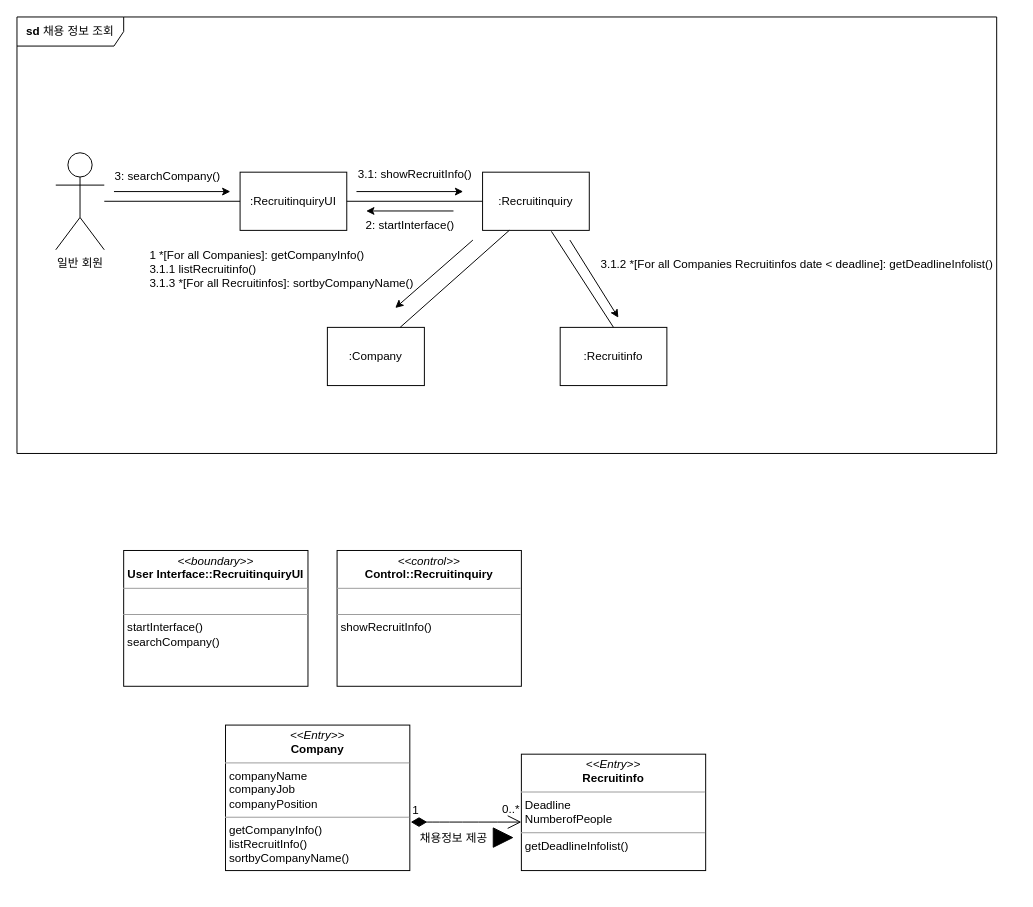
KimTaemin-Git/SE2 keeps this draw.io diagram as Taemin/채용정보조회_Communication_Diagram_B811045김태민_과제2.drawio. Above is the earlier version. Source tidied: cells renumbered, new cells numbered last; positions are measured from the earlier drawing's top-left corner, leaving out a move shared by most shapes. Both pictures are drawn from the tidied source at 97%, with x=0, y=0 at pixel (16, 16).
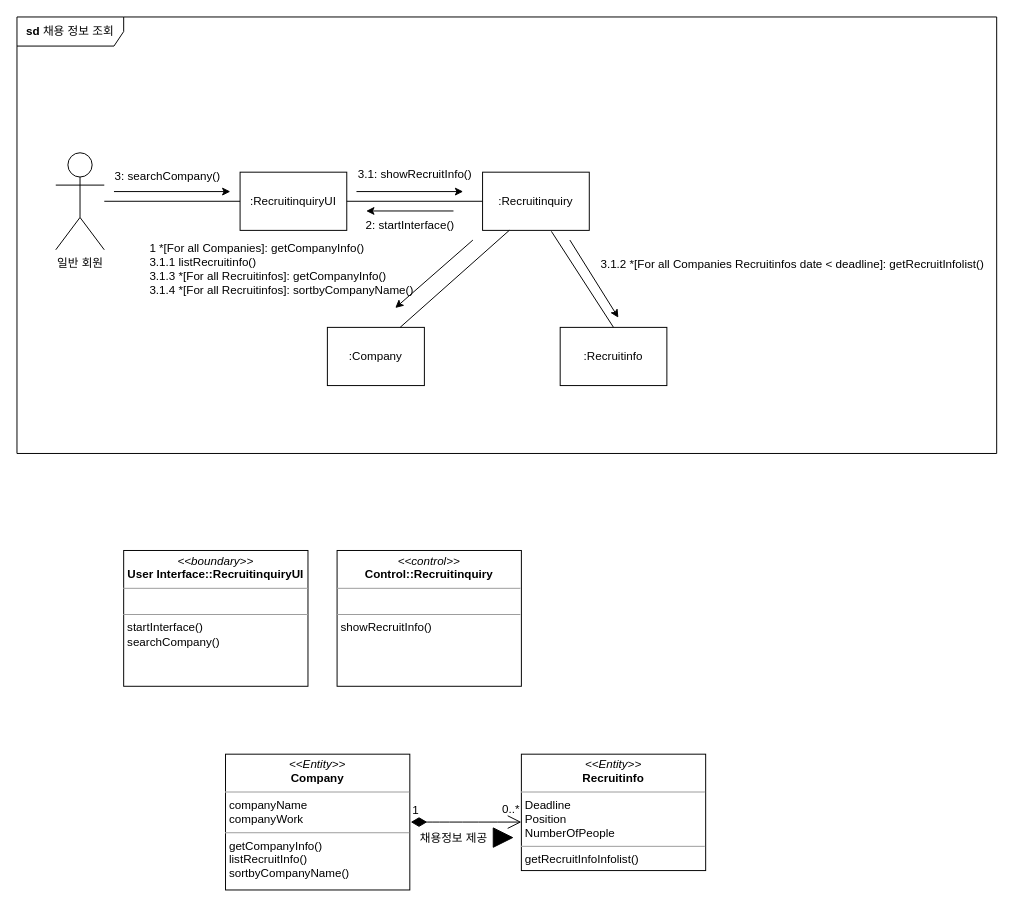
After the change.

Unchanged cells that the change refers to:
```xml
<mxCell id="2" style="group;" parent="1" vertex="1">
  <mxGeometry x="40" y="130" width="990" height="250" as="geometry" />
</mxCell>
```

Change to the diagram source:
```diff
@@
-    <mxCell id="11" value="1 *[For all Companies]: getCompanyInfo()&lt;br&gt;3.1.1 listRecruitinfo()&lt;br&gt;3.1.3 *[For all Recruitinfos]: sortbyCompanyName()" style="text;html=1;align=left;verticalAlign=middle;strokeColor=none;fillColor=none;" parent="2" vertex="1">
-      <mxGeometry x="95" y="100" width="300" height="60" as="geometry" />
+    <mxCell id="11" value="1 *[For all Companies]: getCompanyInfo()&lt;br&gt;3.1.1 listRecruitinfo()&lt;br&gt;3.1.3 *[For all Recruitinfos]: getCompanyInfo()&lt;br&gt;3.1.4 *[For all Recruitinfos]: sortbyCompanyName()" style="text;html=1;align=left;verticalAlign=middle;strokeColor=none;fillColor=none;" parent="2" vertex="1">
+      <mxGeometry x="95" y="95" width="300" height="70" as="geometry" />
     </mxCell>
@@
-    <mxCell id="18" value="3.1.2 *[For all Companies Recruitinfos date &amp;lt; deadline]: getDeadlineInfolist()" style="text;html=1;align=left;verticalAlign=middle;strokeColor=none;fillColor=none;" parent="2" vertex="1">
-      <mxGeometry x="560" y="110" width="430" height="30" as="geometry" />
+    <mxCell id="18" value="3.1.2 *[For all Companies Recruitinfos date &amp;lt; deadline]: getRecruitInfolist()" style="text;html=1;align=left;verticalAlign=middle;strokeColor=none;fillColor=none;" parent="2" vertex="1">
+      <mxGeometry x="560" y="110" width="420" height="30" as="geometry" />
     </mxCell>
@@
-    <mxCell id="25" value="&lt;p style=&quot;margin:0px;margin-top:4px;text-align:center;&quot;&gt;&lt;i&gt;&amp;lt;&amp;lt;Entry&amp;gt;&amp;gt;&lt;/i&gt;&lt;br&gt;&lt;b&gt;Company&lt;/b&gt;&lt;/p&gt;&lt;hr size=&quot;1&quot;&gt;&lt;p style=&quot;margin:0px;margin-left:4px;&quot;&gt;companyName&lt;/p&gt;&lt;p style=&quot;margin:0px;margin-left:4px;&quot;&gt;companyJob&lt;/p&gt;&lt;p style=&quot;margin:0px;margin-left:4px;&quot;&gt;companyPosition&lt;/p&gt;&lt;hr size=&quot;1&quot;&gt;&lt;p style=&quot;margin:0px;margin-left:4px;&quot;&gt;getCompanyInfo()&lt;/p&gt;&lt;p style=&quot;margin:0px;margin-left:4px;&quot;&gt;listRecruitInfo()&lt;/p&gt;&lt;p style=&quot;margin:0px;margin-left:4px;&quot;&gt;sortbyCompanyName()&lt;/p&gt;" style="verticalAlign=top;align=left;overflow=fill;fontSize=12;fontFamily=Helvetica;html=1;whiteSpace=wrap;" parent="1" vertex="1">
-      <mxGeometry x="215" y="730" width="190" height="150" as="geometry" />
+    <mxCell id="25" value="&lt;p style=&quot;margin:0px;margin-top:4px;text-align:center;&quot;&gt;&lt;i&gt;&amp;lt;&amp;lt;Entity&amp;gt;&amp;gt;&lt;/i&gt;&lt;br&gt;&lt;b&gt;Company&lt;/b&gt;&lt;/p&gt;&lt;hr size=&quot;1&quot;&gt;&lt;p style=&quot;margin:0px;margin-left:4px;&quot;&gt;companyName&lt;/p&gt;&lt;p style=&quot;margin:0px;margin-left:4px;&quot;&gt;companyWork&lt;/p&gt;&lt;hr size=&quot;1&quot;&gt;&lt;p style=&quot;margin:0px;margin-left:4px;&quot;&gt;getCompanyInfo()&lt;/p&gt;&lt;p style=&quot;margin:0px;margin-left:4px;&quot;&gt;listRecruitInfo()&lt;/p&gt;&lt;p style=&quot;margin:0px;margin-left:4px;&quot;&gt;sortbyCompanyName()&lt;/p&gt;" style="verticalAlign=top;align=left;overflow=fill;fontSize=12;fontFamily=Helvetica;html=1;whiteSpace=wrap;" parent="1" vertex="1">
+      <mxGeometry x="215" y="760" width="190" height="140" as="geometry" />
     </mxCell>
-    <mxCell id="26" value="&lt;p style=&quot;margin:0px;margin-top:4px;text-align:center;&quot;&gt;&lt;i&gt;&amp;lt;&amp;lt;Entry&amp;gt;&amp;gt;&lt;/i&gt;&lt;br&gt;&lt;b&gt;Recruitinfo&lt;/b&gt;&lt;/p&gt;&lt;hr size=&quot;1&quot;&gt;&lt;p style=&quot;margin:0px;margin-left:4px;&quot;&gt;Deadline&lt;/p&gt;&lt;p style=&quot;margin:0px;margin-left:4px;&quot;&gt;NumberofPeople&lt;/p&gt;&lt;hr size=&quot;1&quot;&gt;&lt;p style=&quot;margin:0px;margin-left:4px;&quot;&gt;getDeadlineInfolist()&lt;/p&gt;" style="verticalAlign=top;align=left;overflow=fill;fontSize=12;fontFamily=Helvetica;html=1;whiteSpace=wrap;" parent="1" vertex="1">
+    <mxCell id="26" value="&lt;p style=&quot;margin:0px;margin-top:4px;text-align:center;&quot;&gt;&lt;i&gt;&amp;lt;&amp;lt;Entity&amp;gt;&amp;gt;&lt;/i&gt;&lt;br&gt;&lt;b&gt;Recruitinfo&lt;/b&gt;&lt;/p&gt;&lt;hr size=&quot;1&quot;&gt;&lt;p style=&quot;margin:0px;margin-left:4px;&quot;&gt;Deadline&lt;/p&gt;&lt;p style=&quot;margin:0px;margin-left:4px;&quot;&gt;Position&lt;br&gt;&lt;/p&gt;&lt;p style=&quot;margin:0px;margin-left:4px;&quot;&gt;NumberOfPeople&lt;/p&gt;&lt;hr size=&quot;1&quot;&gt;&lt;p style=&quot;margin:0px;margin-left:4px;&quot;&gt;getRecruitInfoInfolist()&lt;/p&gt;" style="verticalAlign=top;align=left;overflow=fill;fontSize=12;fontFamily=Helvetica;html=1;whiteSpace=wrap;" parent="1" vertex="1">
       <mxGeometry x="520" y="760" width="190" height="120" as="geometry" />
     </mxCell>
```
